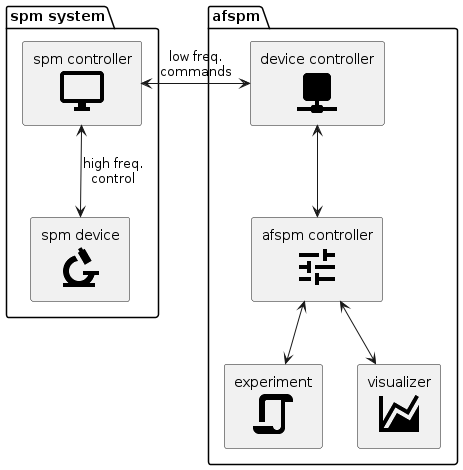
Above: docs/images/afspm_hl_diagram.png in nsulmol/afspm (PlantUML), before the change. The source it was exported from:
```plantuml
@startuml
skinparam componentStyle rectangle
skinparam defaultTextAlignment center
skinparam wrapWidth 200
skinparam maxMessageSize 200
!include <material/microscope>
!include <material/monitor>
!include <material/network>
!include <material/tune>
!include <material/chart_areaspline>
!include <material/script>

package "spm system" as spm_system {
  component "spm device\n<$ma_microscope>" as spmdev
  component "spm controller\n<$ma_monitor>" as spmcon
  spmcon <--> spmdev: high freq. \ncontrol
}

package afspm {
  component "device controller\n<$ma_network>" as devcon
  component "afspm controller\n<$ma_tune>" as afspmcon

  component "experiment\n<$ma_script>" as exp
  component "visualizer\n<$ma_chart_areaspline>" as viz

  devcon <--> afspmcon

  afspmcon <--> exp
  afspmcon <--> viz
}

spmcon <-> devcon: low freq. \ncommands
@enduml
```
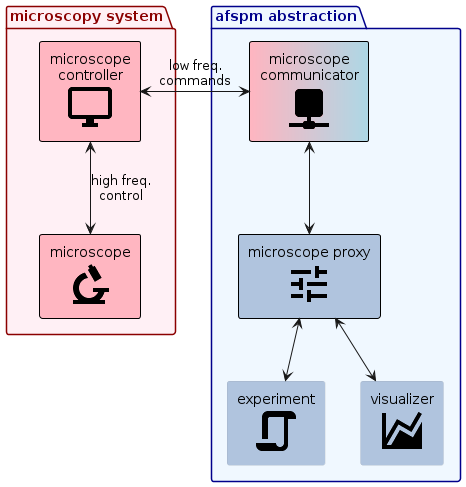
Later version of the same file.

The edit, as a diff of the source:
```diff
@@ -1,27 +1,18 @@
 @startuml
-skinparam componentStyle rectangle
-skinparam defaultTextAlignment center
-skinparam wrapWidth 200
-skinparam maxMessageSize 200
-!include <material/microscope>
-!include <material/monitor>
+!include style.puml
+!include microscopy.puml
+
 !include <material/network>
 !include <material/tune>
 !include <material/chart_areaspline>
 !include <material/script>
 
-package "spm system" as spm_system {
-  component "spm device\n<$ma_microscope>" as spmdev
-  component "spm controller\n<$ma_monitor>" as spmcon
-  spmcon <--> spmdev: high freq. \ncontrol
-}
+package "afspm abstraction" <<groupinternal>> {
+  component "microscope\ncommunicator\n<$ma_network>" <<interface>> <<required>> as devcon
+  component "microscope proxy\n<$ma_tune>" <<internal>> <<required>> as afspmcon
 
-package afspm {
-  component "device controller\n<$ma_network>" as devcon
-  component "afspm controller\n<$ma_tune>" as afspmcon
-
-  component "experiment\n<$ma_script>" as exp
-  component "visualizer\n<$ma_chart_areaspline>" as viz
+  component "experiment\n<$ma_script>" <<internal>> as exp
+  component "visualizer\n<$ma_chart_areaspline>" <<internal>> as viz
 
   devcon <--> afspmcon
 
```
